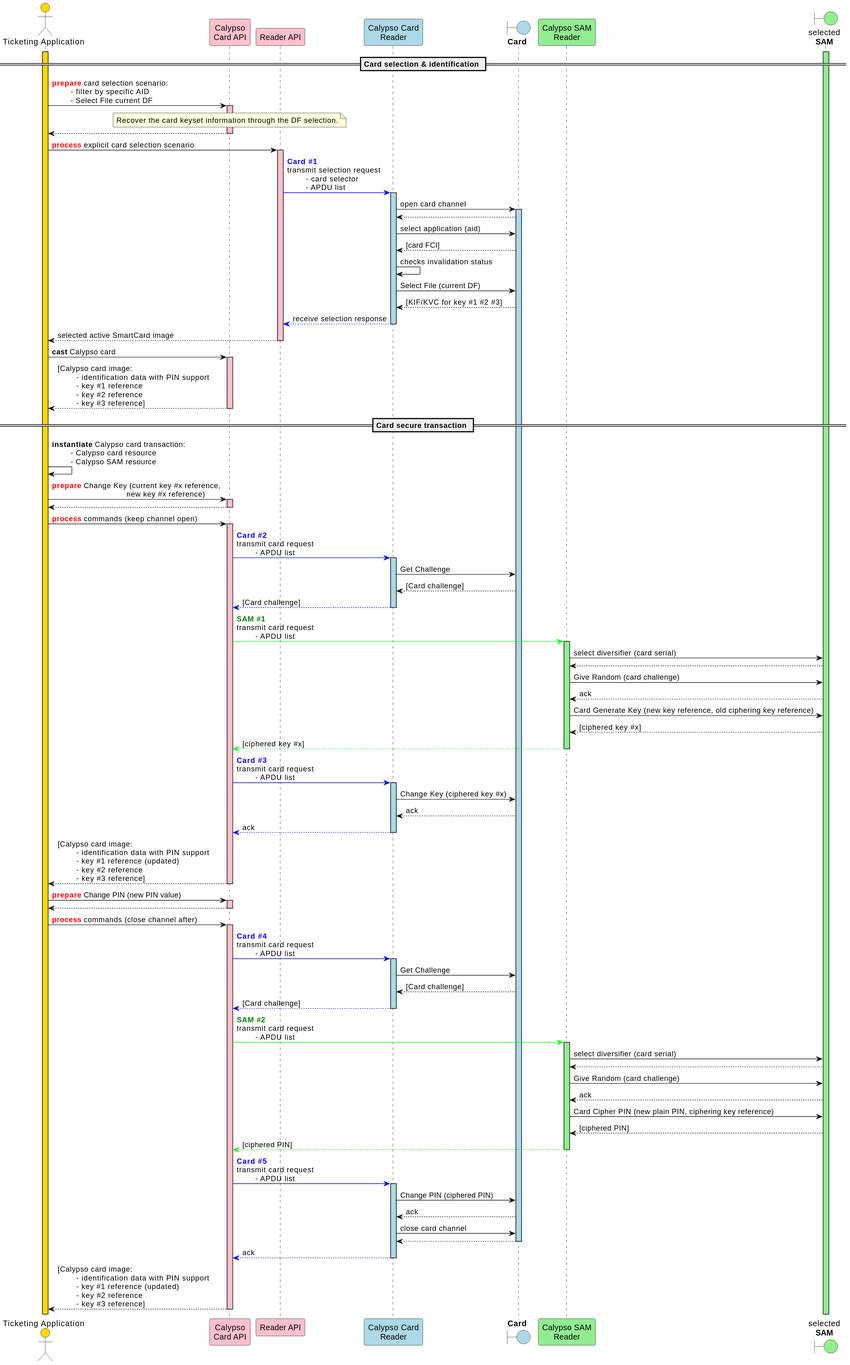
This is static/media/specifications/calypso_transaction_Change_Key_Ciphered_PIN_sequence_diagram.svg from calypsonet/calypsonet-terminal-api-website, a PlantUML export, as it was before one commit.
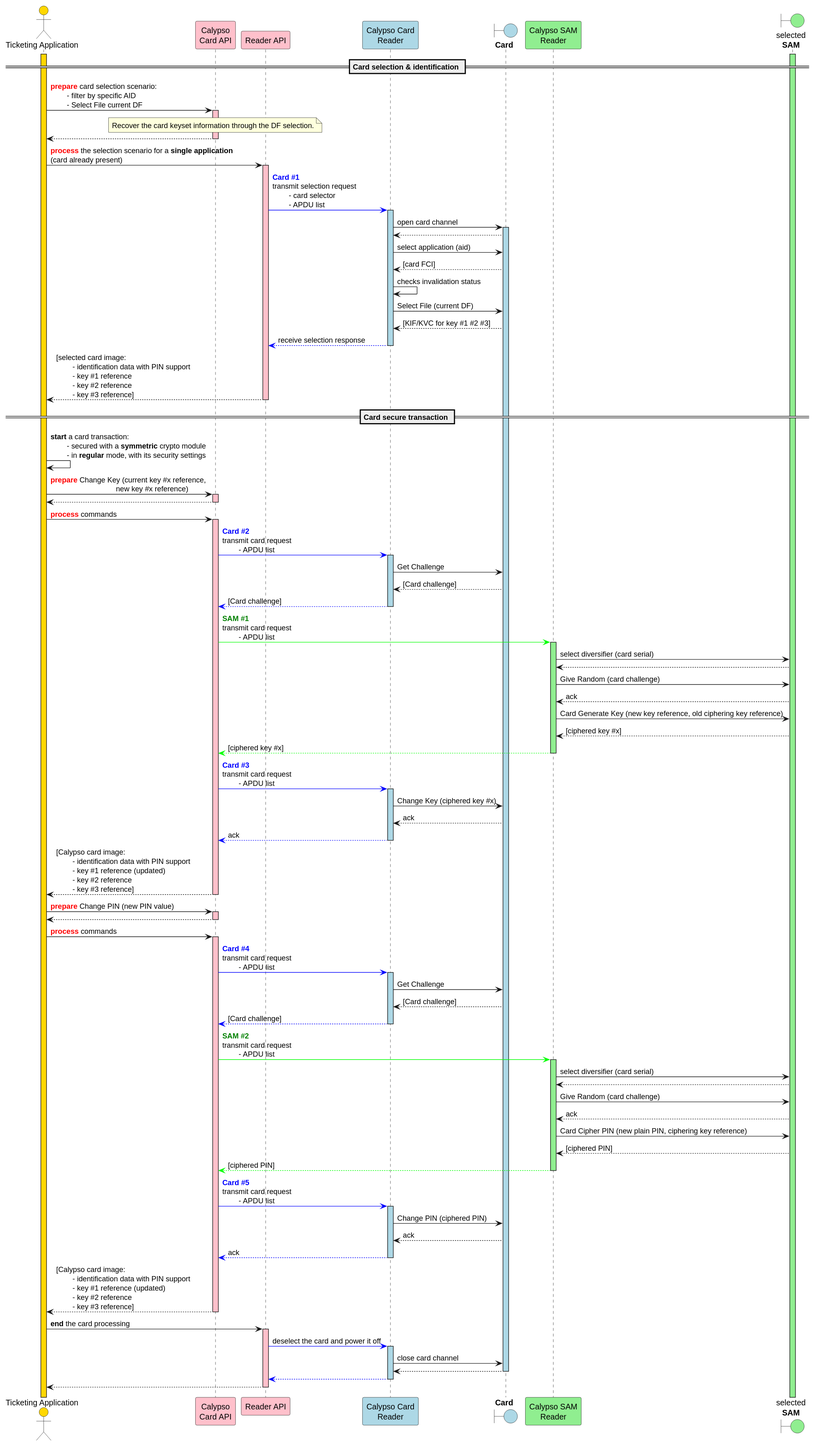
The same file after the commit.

Diff of the diagram source:
```diff
@@ -52,7 +52,7 @@
 capi-->app
 deactivate capi
 
-app->rapi: <font color=red>**process**</font> explicit card selection scenario
+app->rapi: <font color=red>**process**</font> the selection scenario for a **single application**\n(card already present)
 activate rapi  #pink
 rapi-[#0000FF]>cardReader: <font color=blue>**Card #1**</font>\ntransmit selection request\n\t- card selector\n\t- APDU list
 activate cardReader #lightBlue
@@ -70,18 +70,12 @@
 cardReader--[#0000FF]>rapi: receive selection response
 deactivate cardReader
 
-rapi-->app: selected active SmartCard image
+rapi-->app: [selected card image:\n\t- identification data with PIN support\n\t- key #1 reference\n\t- key #2 reference\n\t- key #3 reference]
 deactivate rapi
-
-app->capi: **cast** Calypso card
-activate capi  #pink
-capi-->app: [Calypso card image:\n\t- identification data with PIN support\n\t- key #1 reference\n\t- key #2 reference\n\t- key #3 reference]
-
-deactivate capi
 
 == Card secure transaction ==
 
-app->app: **instantiate** Calypso card transaction:\n\t- Calypso card resource\n\t- Calypso SAM resource
+app->app: **start** a card transaction:\n\t- secured with a **symmetric** crypto module\n\t- in **regular** mode, with its security settings
 
 
 app->capi: <font color=red>**prepare**</font> Change Key (current key #x reference,\n\t\t\t\tnew key #x reference)
@@ -89,7 +83,7 @@
 capi-->app
 deactivate capi
 
-app->capi: <font color=red>**process**</font> commands (keep channel open)
+app->capi: <font color=red>**process**</font> commands
 activate capi  #pink
 
 capi-[#0000FF]>cardReader: <font color=blue>**Card #2**</font>\ntransmit card request\n\t- APDU list
@@ -132,7 +126,7 @@
 capi-->app
 deactivate capi
 
-app->capi: <font color=red>**process**</font> commands (close channel after)
+app->capi: <font color=red>**process**</font> commands
 activate capi  #pink
 
 capi-[#0000FF]>cardReader: <font color=blue>**Card #4**</font>\ntransmit card request\n\t- APDU list
@@ -163,9 +157,6 @@
     cardReader->card: Change PIN (ciphered PIN)
     card-->cardReader: ack
 
-cardReader->card: close card channel
-card-->cardReader
-deactivate card
 
 cardReader-[#0000FF]->capi: ack
 deactivate cardReader
@@ -174,4 +165,16 @@
 deactivate capi
 
 deactivate capi
+
+app->rapi: **end** the card processing
+activate rapi  #pink
+rapi-[#0000FF]>cardReader: deselect the card and power it off
+activate cardReader #lightBlue
+cardReader->card: close card channel
+card-->cardReader
+deactivate card
+cardReader--[#0000FF]>rapi
+deactivate cardReader
+rapi-->app
+deactivate rapi
 @enduml
```
